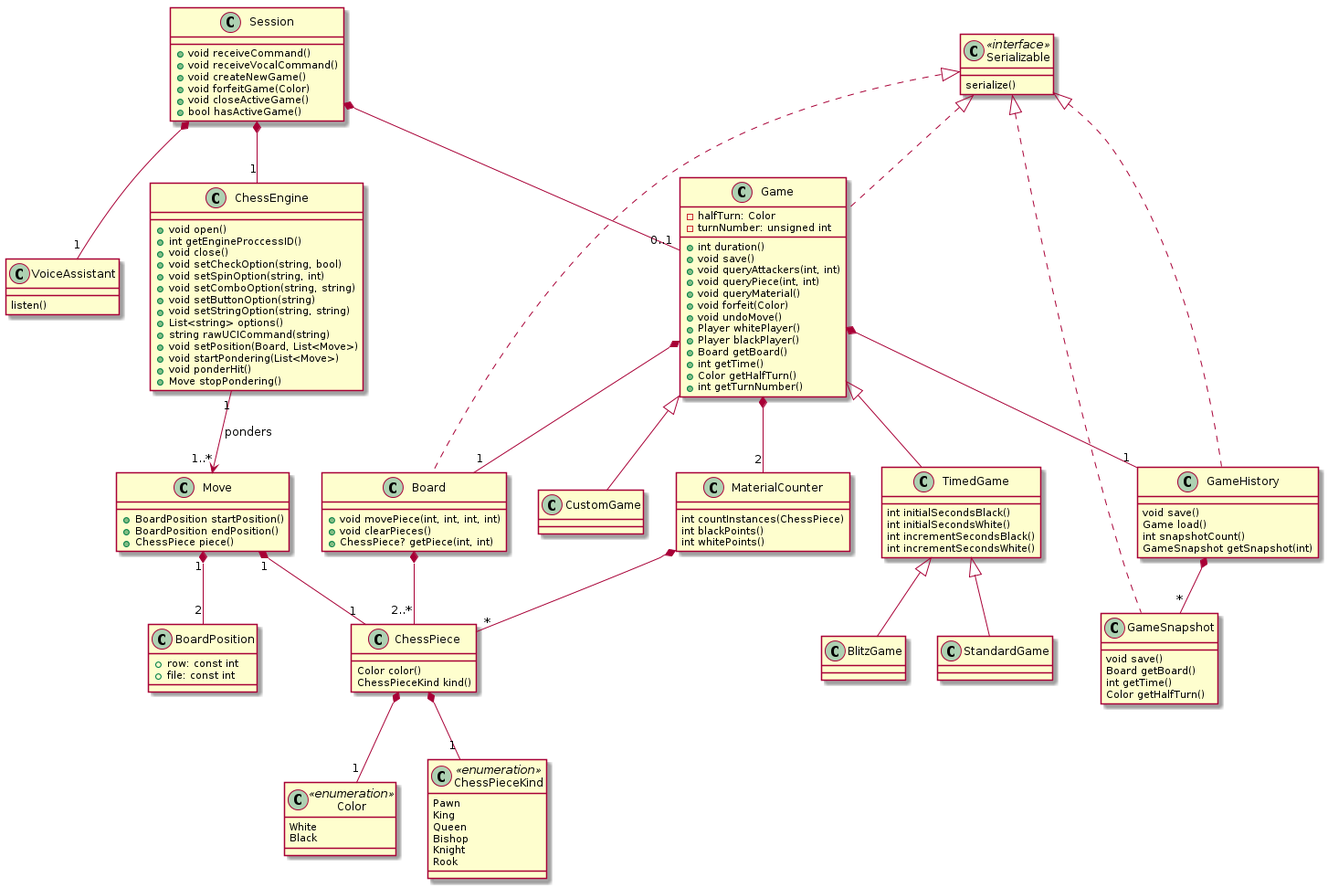
The PlantUML diagram class-diagram.png in tvanslyke/accessible-chess-class-diagram, before a commit.
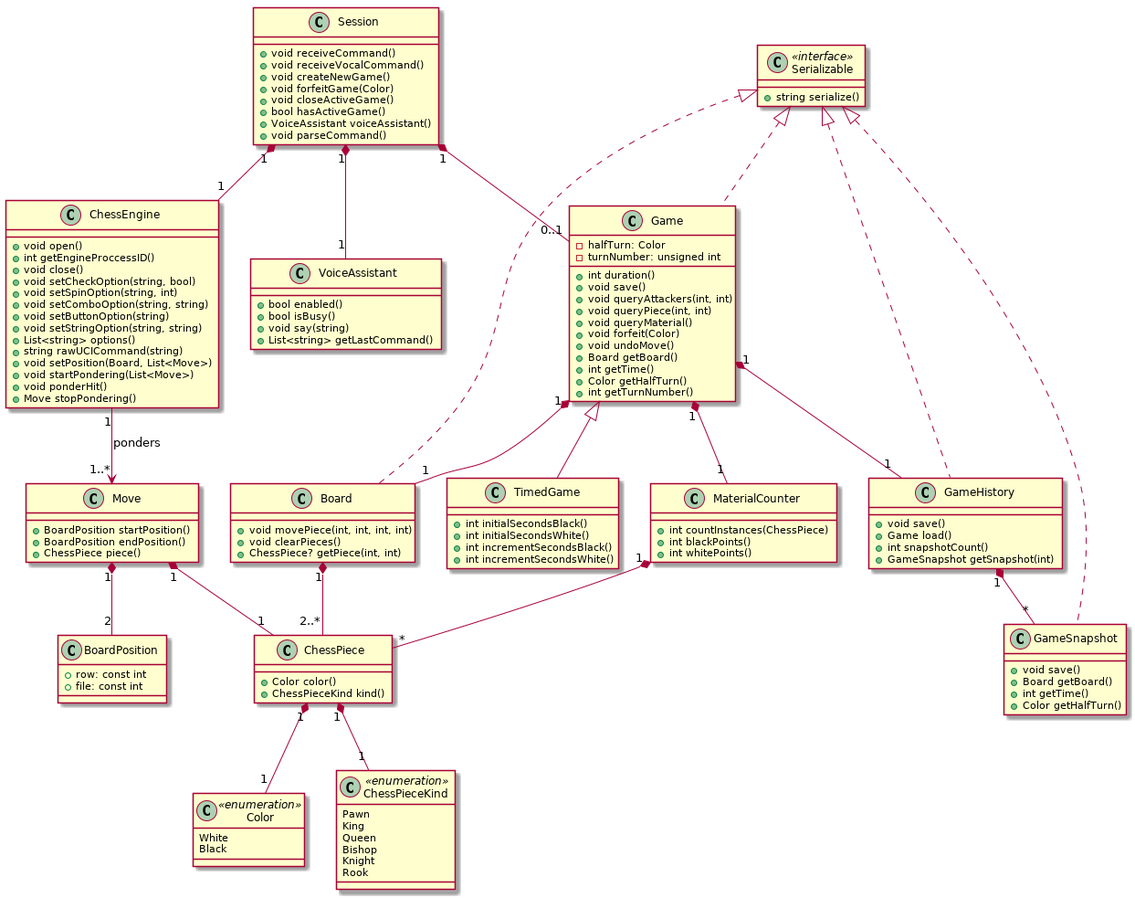
Later version of the same file.

Commit message:
Added some more properties/methods and general polishing

Diff of the diagram source:
```diff
@@ -1,7 +1,10 @@
 @startuml
 
 class VoiceAssistant {
-	listen()
+	+bool enabled()
+	+bool isBusy()
+	+void say(string)
+	+List<string> getLastCommand()
 }
 
 class BoardPosition {
@@ -17,7 +20,6 @@
 	+BoardPosition endPosition()
 	+ChessPiece piece()
 }
-
 
 class ChessEngine {
 	+void open()
@@ -51,15 +53,14 @@
 }
 
 class ChessPiece {
-	Color color()
-	ChessPieceKind kind()
+	+Color color()
+	+ChessPieceKind kind()
 }
 
-ChessPiece *-- "1" Color
-ChessPiece *-- "1" ChessPieceKind
+ChessPiece "1" *-- "1" Color
+ChessPiece "1" *-- "1" ChessPieceKind
 
-
-Board *-- "2..*" ChessPiece
+Board "1" *-- "2..*" ChessPiece
 Serializable <|.. Board
 
 class Board {
@@ -79,8 +80,6 @@
 	+void queryMaterial()
 	+void forfeit(Color)
 	+void undoMove()
-	+Player whitePlayer()
-	+Player blackPlayer()
 	+Board getBoard()
 	+int getTime()
 	+Color getHalfTurn()
@@ -92,44 +91,41 @@
 Serializable <|.. Game
 
 class GameSnapshot {
-	void save()
-	Board getBoard()
-	int getTime()
-	Color getHalfTurn()
+	+void save()
+	+Board getBoard()
+	+int getTime()
+	+Color getHalfTurn()
 }
 
 Serializable <|.. GameSnapshot
 
 class GameHistory {
-	void save()
-	Game load()
-	int snapshotCount()
-	GameSnapshot getSnapshot(int)
+	+void save()
+	+Game load()
+	+int snapshotCount()
+	+GameSnapshot getSnapshot(int)
 }
 
 class TimedGame {
-	int initialSecondsBlack()
-	int initialSecondsWhite()
-	int incrementSecondsBlack()
-	int incrementSecondsWhite()
+	+int initialSecondsBlack()
+	+int initialSecondsWhite()
+	+int incrementSecondsBlack()
+	+int incrementSecondsWhite()
 }
 
 Serializable <|.. GameHistory
 
-Game *-- "1" GameHistory
-GameHistory *-- "*" GameSnapshot
+Game "1" *-- "1" GameHistory
+GameHistory "1" *-- "*" GameSnapshot
 
-Game *-- "1" Board
+Game "1" *-- "1" Board
 
 Game <|-- TimedGame
-Game <|-- CustomGame
-TimedGame <|-- StandardGame
-TimedGame <|-- BlitzGame
 
-Session *-- "0..1" Game
+Session "1" *-- "0..1" Game
 
-Session *-- "1" VoiceAssistant
-Session *-- "1" ChessEngine
+Session "1" *-- "1" VoiceAssistant
+Session "1" *-- "1" ChessEngine
 
 class Session {
 	+void receiveCommand()
@@ -138,22 +134,22 @@
 	+void forfeitGame(Color)
 	+void closeActiveGame()
 	+bool hasActiveGame()
+	+VoiceAssistant voiceAssistant()
+	+void parseCommand()
 }
 
 class Serializable <<interface>> {
-	serialize()
+	+string serialize()
 }
 
 class MaterialCounter {
-	int countInstances(ChessPiece)
-	int blackPoints()
-	int whitePoints()
+	+int countInstances(ChessPiece)
+	+int blackPoints()
+	+int whitePoints()
 }
 
-Game *-- "2" MaterialCounter
+Game "1" *-- "1" MaterialCounter
 
-MaterialCounter *-- "*" ChessPiece
-
-
+MaterialCounter "1" *-- "*" ChessPiece
 
 @enduml
```
